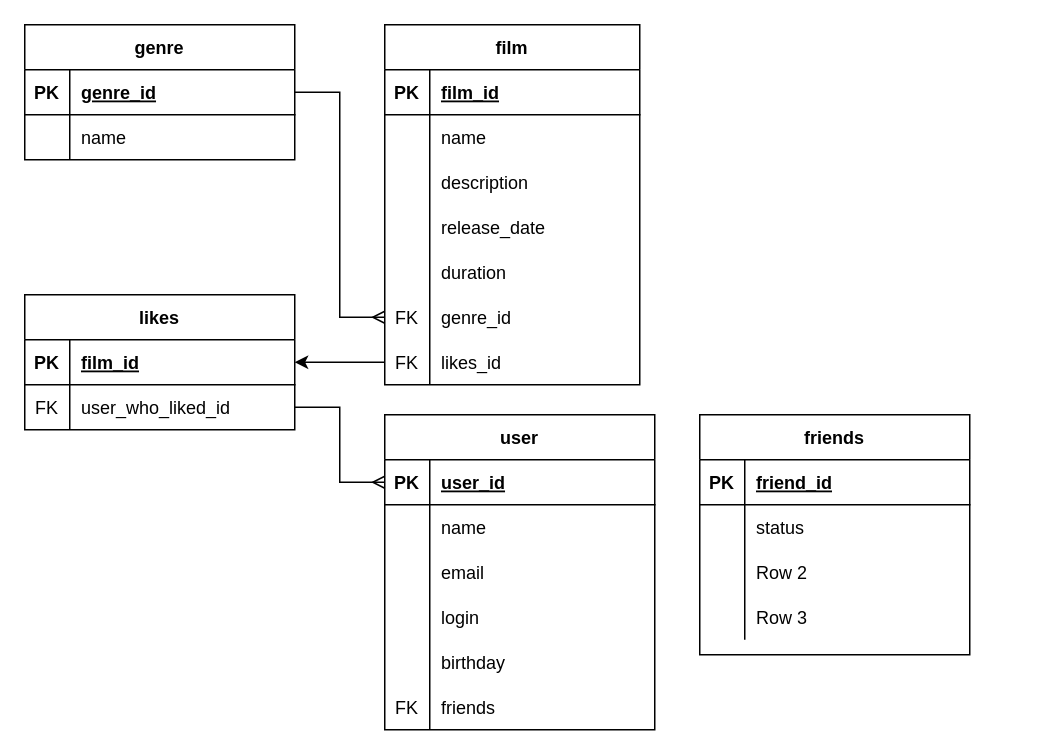
This is src/main/resources/пара.drawio from marat-a/java-filmorate, a draw.io file, before an edit. Source tidied: cells renumbered, new cells numbered last; positions are measured from the earlier drawing's top-left corner, leaving out a move shared by most shapes. Both pictures are drawn from the tidied source at 150%, with x=0, y=0 at pixel (24, 24).
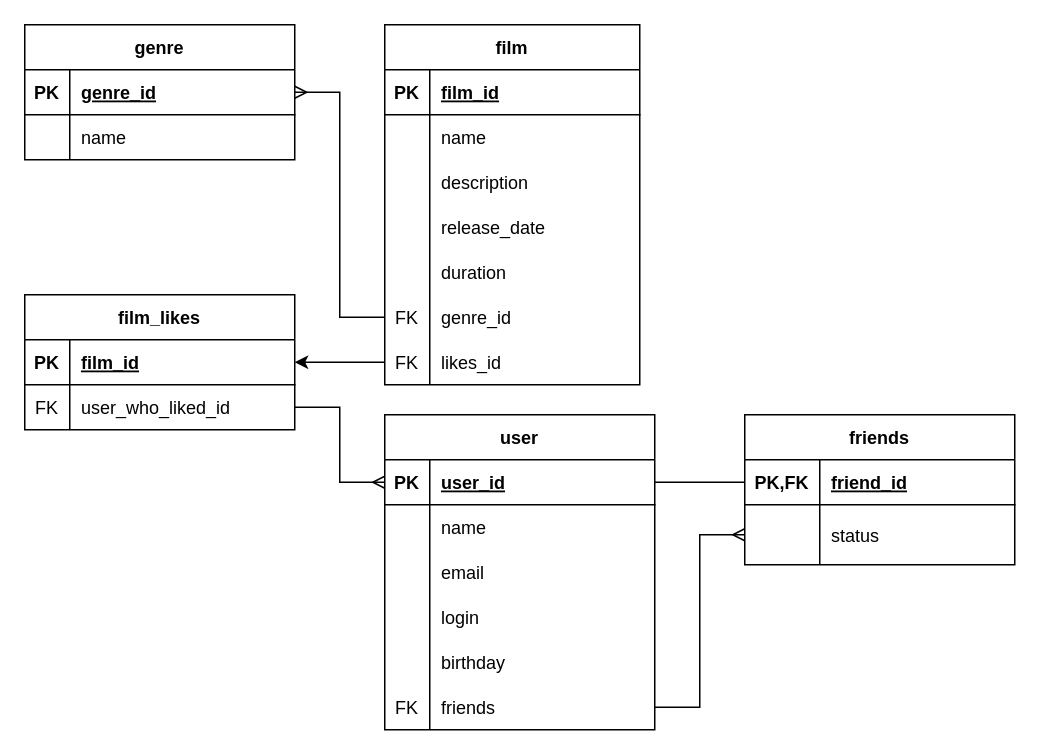
The same diagram, later.

The change refers to these unchanged cells:
```xml
<mxCell id="3" style="shape=tableRow;horizontal=0;startSize=0;swimlaneHead=0;swimlaneBody=0;fillColor=none;points=[[0,0.5],[1,0.5]];portConstraint=eastwest;top=0;left=0;right=0;bottom=1;" parent="2" vertex="1">
  <mxGeometry y="30" width="180" height="30" as="geometry" />
</mxCell>
<mxCell id="18" style="shape=tableRow;horizontal=0;startSize=0;swimlaneHead=0;swimlaneBody=0;fillColor=none;points=[[0,0.5],[1,0.5]];portConstraint=eastwest;top=0;left=0;right=0;bottom=0;" parent="2" vertex="1">
  <mxGeometry y="180" width="180" height="30" as="geometry" />
</mxCell>
<mxCell id="37" style="shape=tableRow;horizontal=0;startSize=0;swimlaneHead=0;swimlaneBody=0;fillColor=none;points=[[0,0.5],[1,0.5]];portConstraint=eastwest;top=0;left=0;right=0;bottom=0;" parent="21" vertex="1">
  <mxGeometry y="180" width="170" height="30" as="geometry" />
</mxCell>
<mxCell id="44" style="shape=tableRow;horizontal=0;startSize=0;swimlaneHead=0;swimlaneBody=0;fillColor=none;points=[[0,0.5],[1,0.5]];portConstraint=eastwest;top=0;left=0;right=0;bottom=1;" parent="43" vertex="1">
  <mxGeometry y="30" width="180" height="30" as="geometry" />
</mxCell>
<mxCell id="61" style="shape=tableRow;horizontal=0;startSize=0;swimlaneHead=0;swimlaneBody=0;fillColor=none;points=[[0,0.5],[1,0.5]];portConstraint=eastwest;top=0;left=0;right=0;bottom=1;" parent="60" vertex="1">
  <mxGeometry y="30" width="180" height="30" as="geometry" />
</mxCell>
```

What changed in the source:
```diff
@@
-    <mxCell id="50" style="edgeStyle=entityRelationEdgeStyle;fontSize=12;html=1;endArrow=ERmany;rounded=0;entryX=0;entryY=0.5;entryDx=0;entryDy=0;exitX=1;exitY=0.5;exitDx=0;exitDy=0;" parent="1" edge="1" source="44" target="37">
-      <mxGeometry relative="1" as="geometry" />
-    </mxCell>
-    <mxCell id="51" value="likes" style="shape=table;startSize=30;childLayout=tableLayout;rowLines=0;fontStyle=1;align=center;" parent="1" vertex="1">
+    <mxCell id="51" value="film_likes" style="shape=table;startSize=30;childLayout=tableLayout;rowLines=0;fontStyle=1;align=center;" parent="1" vertex="1">
       <mxGeometry y="180" width="180" height="90" as="geometry" />
     </mxCell>
@@
     <mxCell id="60" value="friends" style="shape=table;startSize=30;childLayout=tableLayout;rowLines=0;fontStyle=1;align=center;" parent="1" vertex="1">
-      <mxGeometry x="450" y="260" width="180" height="160" as="geometry" />
+      <mxGeometry x="480" y="260" width="180" height="100" as="geometry" />
     </mxCell>
@@
-    <mxCell id="62" value="PK" style="shape=partialRectangle;fillColor=none;top=0;left=0;bottom=0;right=0;fontStyle=1;overflow=hidden;" parent="61" vertex="1">
-      <mxGeometry width="30" height="30" as="geometry" />
+    <mxCell id="62" value="PK,FK" style="shape=partialRectangle;fillColor=none;top=0;left=0;bottom=0;right=0;fontStyle=1;overflow=hidden;" parent="61" vertex="1">
+      <mxGeometry width="50" height="30" as="geometry" />
     </mxCell>
     <mxCell id="63" value="friend_id" style="shape=partialRectangle;fillColor=none;top=0;left=0;bottom=0;right=0;align=left;spacingLeft=6;fontStyle=5;overflow=hidden;" parent="61" vertex="1">
-      <mxGeometry x="30" width="150" height="30" as="geometry" />
+      <mxGeometry x="50" width="130" height="30" as="geometry" />
     </mxCell>
     <mxCell id="64" style="shape=tableRow;horizontal=0;startSize=0;swimlaneHead=0;swimlaneBody=0;fillColor=none;points=[[0,0.5],[1,0.5]];portConstraint=eastwest;top=0;left=0;right=0;bottom=0;" parent="60" vertex="1">
-      <mxGeometry y="60" width="180" height="30" as="geometry" />
+      <mxGeometry y="60" width="180" height="40" as="geometry" />
     </mxCell>
     <mxCell id="65" style="shape=partialRectangle;fillColor=none;top=0;left=0;bottom=0;right=0;overflow=hidden;" parent="64" vertex="1">
-      <mxGeometry width="30" height="30" as="geometry" />
+      <mxGeometry width="50" height="40" as="geometry" />
     </mxCell>
     <mxCell id="66" value="status" style="shape=partialRectangle;fillColor=none;top=0;left=0;bottom=0;right=0;align=left;spacingLeft=6;overflow=hidden;" parent="64" vertex="1">
-      <mxGeometry x="30" width="150" height="30" as="geometry" />
+      <mxGeometry x="50" width="130" height="40" as="geometry" />
     </mxCell>
-    <mxCell id="67" style="shape=tableRow;horizontal=0;startSize=0;swimlaneHead=0;swimlaneBody=0;fillColor=none;top=0;left=0;right=0;bottom=0;" parent="60" vertex="1">
-      <mxGeometry y="90" width="180" height="30" as="geometry" />
-    </mxCell>
-    <mxCell id="68" style="shape=partialRectangle;fillColor=none;top=0;left=0;bottom=0;right=0;overflow=hidden;" parent="67" vertex="1">
-      <mxGeometry width="30" height="30" as="geometry" />
-    </mxCell>
-    <mxCell id="69" value="Row 2" style="shape=partialRectangle;fillColor=none;top=0;left=0;bottom=0;right=0;align=left;spacingLeft=6;overflow=hidden;" parent="67" vertex="1">
-      <mxGeometry x="30" width="150" height="30" as="geometry" />
-    </mxCell>
-    <mxCell id="70" style="shape=tableRow;horizontal=0;startSize=0;swimlaneHead=0;swimlaneBody=0;fillColor=none;top=0;left=0;right=0;bottom=0;" parent="60" vertex="1">
-      <mxGeometry y="120" width="180" height="30" as="geometry" />
-    </mxCell>
-    <mxCell id="71" style="shape=partialRectangle;fillColor=none;top=0;left=0;bottom=0;right=0;overflow=hidden;" parent="70" vertex="1">
-      <mxGeometry width="30" height="30" as="geometry" />
-    </mxCell>
-    <mxCell id="72" value="Row 3" style="shape=partialRectangle;fillColor=none;top=0;left=0;bottom=0;right=0;align=left;spacingLeft=6;overflow=hidden;" parent="70" vertex="1">
-      <mxGeometry x="30" width="150" height="30" as="geometry" />
-    </mxCell>
+    <mxCell id="73" style="endArrow=none;html=1;rounded=0;exitX=1;exitY=0.5;exitDx=0;exitDy=0;" parent="1" edge="1" source="3" target="61">
+      <mxGeometry relative="1" as="geometry" />
+    </mxCell>
+    <mxCell id="74" style="edgeStyle=entityRelationEdgeStyle;fontSize=12;html=1;endArrow=ERmany;rounded=0;exitX=1;exitY=0.5;exitDx=0;exitDy=0;" parent="1" edge="1" source="18" target="64">
+      <mxGeometry relative="1" as="geometry" />
+    </mxCell>
+    <mxCell id="50" style="edgeStyle=entityRelationEdgeStyle;fontSize=12;html=1;endArrow=ERmany;rounded=0;entryX=1;entryY=0.5;entryDx=0;entryDy=0;exitX=0;exitY=0.5;exitDx=0;exitDy=0;" parent="1" edge="1" source="37" target="44">
+      <mxGeometry relative="1" as="geometry" />
+    </mxCell>
```
